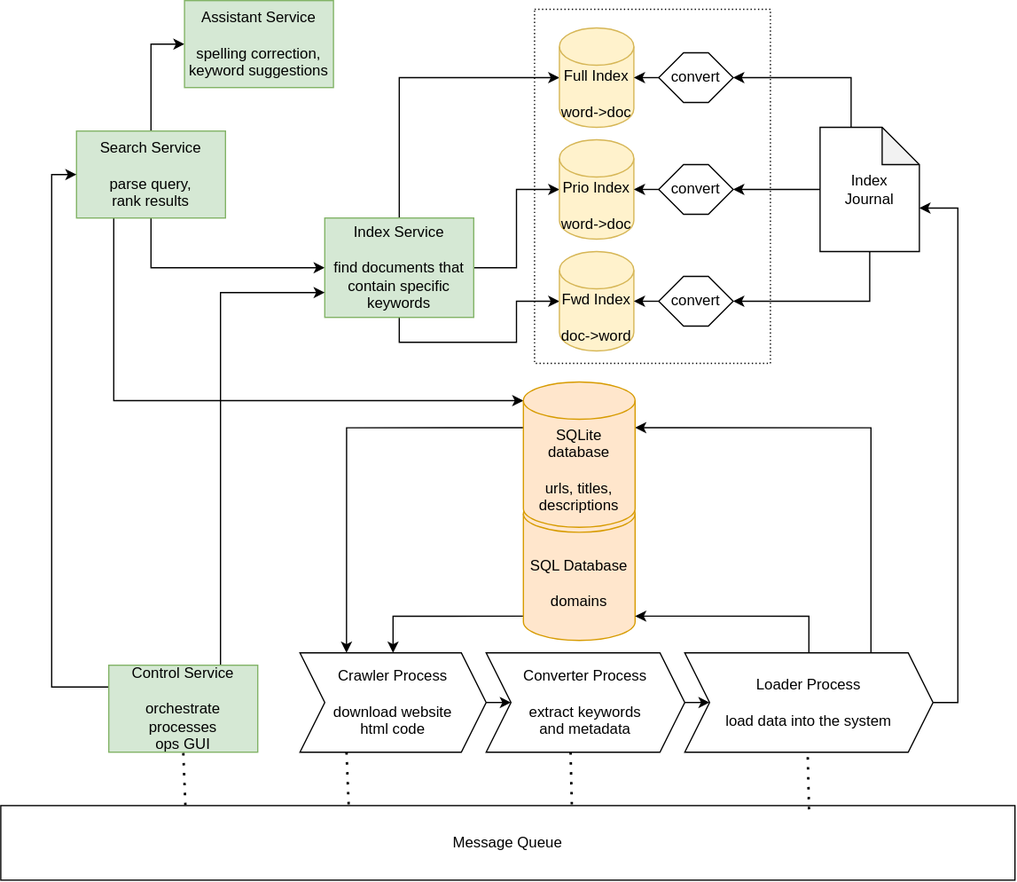
MarginaliaSearch/MarginaliaSearch keeps this draw.io diagram as doc/diagram/conceptual-overview.svg. Above is the earlier version. Source tidied: cells renumbered, new cells last; positions are measured from the earlier drawing's top-left corner, leaving out a move shared by most shapes.
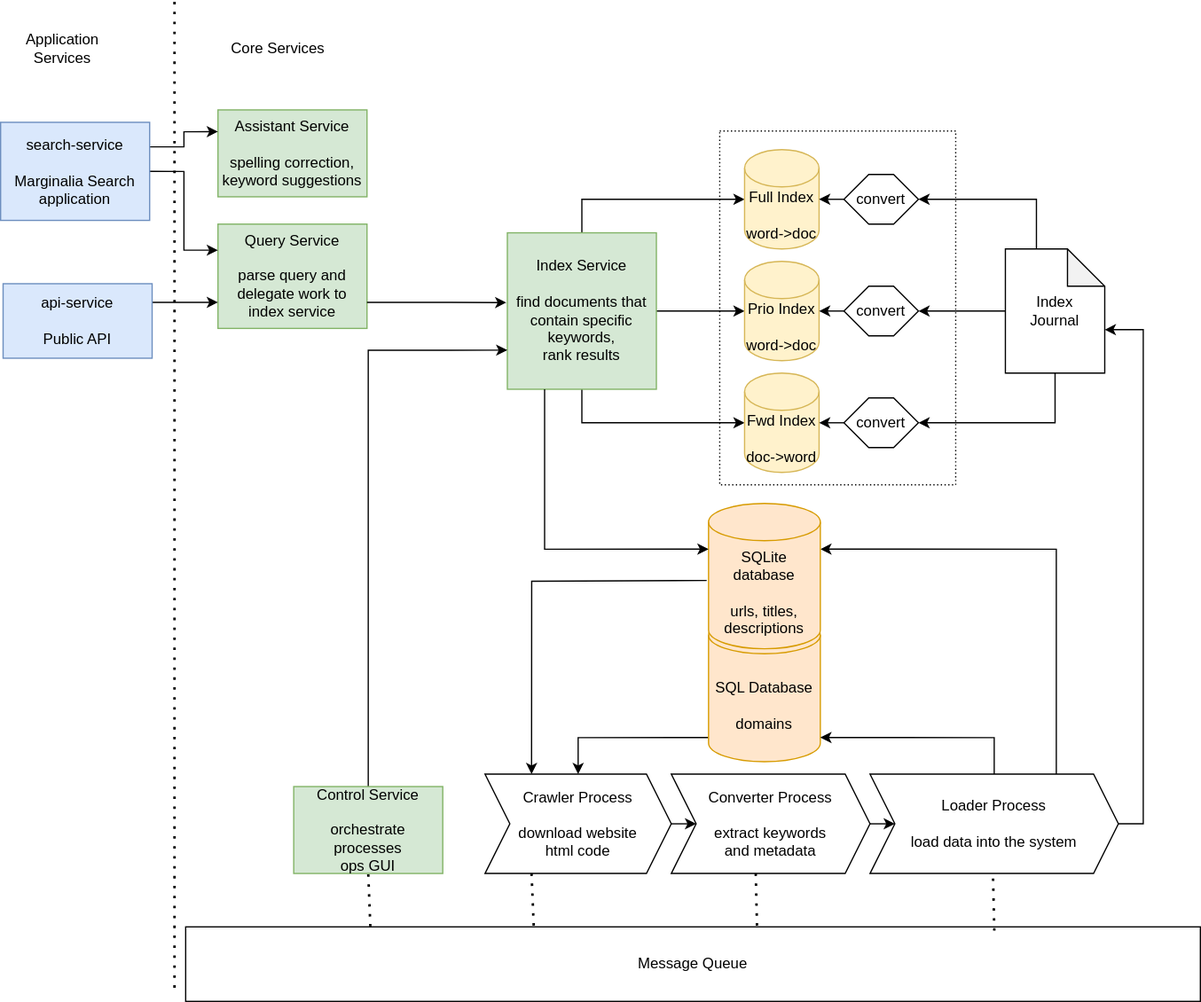
Above is the later version.

Commit message:
(docs)  Update documentation to reflect new query service

What changed in the source:
```diff
@@ -5,20 +5,8 @@
     <mxCell id="2" style="rounded=0;whiteSpace=wrap;html=1;dashed=1;dashPattern=1 2;" parent="1" vertex="1">
       <mxGeometry x="430" y="7" width="190" height="285" as="geometry" />
     </mxCell>
-    <mxCell id="3" style="edgeStyle=orthogonalEdgeStyle;rounded=0;jettySize=auto;html=1;exitX=0.5;exitY=0;exitDx=0;exitDy=0;entryX=0;entryY=0.5;entryDx=0;entryDy=0;" parent="1" edge="1" source="6" target="7">
-      <mxGeometry relative="1" as="geometry" />
-    </mxCell>
-    <mxCell id="4" style="edgeStyle=orthogonalEdgeStyle;rounded=0;jettySize=auto;html=1;exitX=0.5;exitY=1;exitDx=0;exitDy=0;entryX=0;entryY=0.5;entryDx=0;entryDy=0;" parent="1" edge="1" source="6" target="11">
-      <mxGeometry relative="1" as="geometry" />
-    </mxCell>
-    <mxCell id="5" style="edgeStyle=orthogonalEdgeStyle;rounded=0;jettySize=auto;html=1;exitX=0.25;exitY=1;exitDx=0;exitDy=0;entryX=0;entryY=0;entryDx=0;entryDy=15;entryPerimeter=0;" parent="1" edge="1" source="6" target="44">
-      <mxGeometry relative="1" as="geometry" />
-    </mxCell>
-    <mxCell id="6" value="Search Service&lt;br&gt;&lt;br&gt;parse query,&lt;br&gt;rank results" style="rounded=0;whiteSpace=wrap;html=1;fillColor=#d5e8d4;strokeColor=#82b366;" parent="1" vertex="1">
-      <mxGeometry x="61" y="105" width="120" height="70" as="geometry" />
-    </mxCell>
     <mxCell id="7" value="Assistant Service&lt;br&gt;&lt;br&gt;spelling correction,&lt;br&gt;keyword suggestions" style="rounded=0;whiteSpace=wrap;html=1;fillColor=#d5e8d4;strokeColor=#82b366;" parent="1" vertex="1">
-      <mxGeometry x="148" width="120" height="70" as="geometry" />
+      <mxGeometry x="26" y="-10" width="120" height="70" as="geometry" />
     </mxCell>
     <mxCell id="8" style="edgeStyle=orthogonalEdgeStyle;rounded=0;jettySize=auto;html=1;exitX=1;exitY=0.5;exitDx=0;exitDy=0;entryX=0;entryY=0.5;entryDx=0;entryDy=0;entryPerimeter=0;" parent="1" edge="1" source="11" target="13">
       <mxGeometry relative="1" as="geometry" />
@@ -29,8 +17,8 @@
     <mxCell id="10" style="edgeStyle=orthogonalEdgeStyle;rounded=0;jettySize=auto;html=1;exitX=0.5;exitY=0;exitDx=0;exitDy=0;entryX=0;entryY=0.5;entryDx=0;entryDy=0;entryPerimeter=0;" parent="1" edge="1" source="11" target="14">
       <mxGeometry relative="1" as="geometry" />
     </mxCell>
-    <mxCell id="11" value="&lt;div&gt;Index Service&lt;br&gt;&lt;br&gt;find documents that&lt;br&gt;contain specific keywords&lt;br&gt;&lt;/div&gt;" style="rounded=0;whiteSpace=wrap;html=1;fillColor=#d5e8d4;strokeColor=#82b366;" parent="1" vertex="1">
-      <mxGeometry x="261" y="175" width="120" height="80" as="geometry" />
+    <mxCell id="11" value="&lt;div&gt;Index Service&lt;br&gt;&lt;br&gt;find documents that&lt;br&gt;contain specific keywords,&lt;br&gt;&lt;/div&gt;&lt;div&gt;rank results&lt;/div&gt;" style="rounded=0;whiteSpace=wrap;html=1;fillColor=#d5e8d4;strokeColor=#82b366;" parent="1" vertex="1">
+      <mxGeometry x="259" y="89" width="120" height="126" as="geometry" />
     </mxCell>
     <mxCell id="12" value="Fwd Index&lt;br&gt;&lt;br&gt;doc-&amp;gt;word" style="shape=cylinder3;whiteSpace=wrap;html=1;boundedLbl=1;backgroundOutline=1;size=15;fillColor=#fff2cc;strokeColor=#d6b656;" parent="1" vertex="1">
       <mxGeometry x="450" y="202" width="60" height="80" as="geometry" />
@@ -101,10 +89,7 @@
     <mxCell id="34" value="Index &lt;br&gt;Journal" style="shape=note;whiteSpace=wrap;html=1;backgroundOutline=1;darkOpacity=0.05;" parent="1" vertex="1">
       <mxGeometry x="660" y="102" width="80" height="100" as="geometry" />
     </mxCell>
-    <mxCell id="35" style="edgeStyle=orthogonalEdgeStyle;rounded=0;jettySize=auto;html=1;exitX=0;exitY=0.25;exitDx=0;exitDy=0;entryX=0;entryY=0.5;entryDx=0;entryDy=0;" parent="1" edge="1" source="37" target="6">
-      <mxGeometry relative="1" as="geometry" />
-    </mxCell>
-    <mxCell id="36" style="edgeStyle=orthogonalEdgeStyle;rounded=0;jettySize=auto;html=1;exitX=0.75;exitY=0;exitDx=0;exitDy=0;entryX=0;entryY=0.75;entryDx=0;entryDy=0;" parent="1" edge="1" source="37" target="11">
+    <mxCell id="36" style="edgeStyle=orthogonalEdgeStyle;rounded=0;jettySize=auto;html=1;exitX=0.5;exitY=0;exitDx=0;exitDy=0;entryX=0;entryY=0.75;entryDx=0;entryDy=0;" parent="1" edge="1" source="37" target="11">
       <mxGeometry relative="1" as="geometry" />
     </mxCell>
     <mxCell id="37" value="&lt;div&gt;Control Service&lt;/div&gt;&lt;div&gt;&lt;br&gt;&lt;/div&gt;&lt;div&gt;orchestrate processes&lt;/div&gt;&lt;div&gt;ops GUI&lt;br&gt;&lt;/div&gt;" style="rounded=0;whiteSpace=wrap;html=1;fillColor=#d5e8d4;strokeColor=#82b366;" parent="1" vertex="1">
@@ -131,11 +116,49 @@
     <mxCell id="42" style="endArrow=none;dashed=1;html=1;dashPattern=1 3;strokeWidth=2;rounded=0;entryX=0.5;entryY=1;entryDx=0;entryDy=0;exitX=0.182;exitY=-0.006;exitDx=0;exitDy=0;exitPerimeter=0;" parent="1" edge="1" source="38" target="37">
       <mxGeometry relative="1" as="geometry" />
     </mxCell>
-    <mxCell id="43" style="edgeStyle=orthogonalEdgeStyle;rounded=0;jettySize=auto;html=1;exitX=0;exitY=0;exitDx=0;exitDy=36.75;exitPerimeter=0;entryX=0.25;entryY=0;entryDx=0;entryDy=0;" parent="1" edge="1" source="44" target="24">
-      <mxGeometry relative="1" as="geometry" />
+    <mxCell id="43" style="edgeStyle=orthogonalEdgeStyle;rounded=0;jettySize=auto;html=1;exitX=0;exitY=0;exitDx=0;exitDy=36.75;exitPerimeter=0;entryX=0.25;entryY=0;entryDx=0;entryDy=0;" parent="1" edge="1" target="24">
+      <mxGeometry relative="1" as="geometry">
+        <mxPoint x="419.5" y="369" as="sourcePoint" />
+      </mxGeometry>
     </mxCell>
     <mxCell id="44" value="&lt;div&gt;SQLite database&lt;/div&gt;&lt;div&gt;&lt;br&gt;&lt;/div&gt;&lt;div&gt;urls, titles,&lt;/div&gt;&lt;div&gt;descriptions&lt;br&gt;&lt;/div&gt;" style="shape=cylinder3;whiteSpace=wrap;html=1;boundedLbl=1;backgroundOutline=1;size=15;fillColor=#ffe6cc;strokeColor=#d79b00;" parent="1" vertex="1">
       <mxGeometry x="421" y="307" width="90" height="117" as="geometry" />
     </mxCell>
+    <mxCell id="45" value="Query Service&lt;br&gt;&lt;br&gt;parse query and&lt;br&gt;delegate work to&lt;br&gt;index service" style="rounded=0;whiteSpace=wrap;html=1;fillColor=#d5e8d4;strokeColor=#82b366;" parent="1" vertex="1">
+      <mxGeometry x="26" y="82" width="120" height="84" as="geometry" />
+    </mxCell>
+    <mxCell id="46" style="edgeStyle=orthogonalEdgeStyle;rounded=0;jettySize=auto;html=1;exitX=0.25;exitY=1;exitDx=0;exitDy=0;entryX=0;entryY=0;entryDx=0;entryDy=36.75;entryPerimeter=0;" parent="1" edge="1" source="11" target="44">
+      <mxGeometry relative="1" as="geometry" />
+    </mxCell>
+    <mxCell id="47" style="edgeStyle=orthogonalEdgeStyle;rounded=0;jettySize=auto;html=1;exitX=1;exitY=0.75;exitDx=0;exitDy=0;entryX=-0.007;entryY=0.446;entryDx=0;entryDy=0;entryPerimeter=0;" parent="1" edge="1" source="45" target="11">
+      <mxGeometry relative="1" as="geometry" />
+    </mxCell>
+    <mxCell id="48" style="edgeStyle=orthogonalEdgeStyle;rounded=0;jettySize=auto;html=1;exitX=1;exitY=0.25;exitDx=0;exitDy=0;entryX=0;entryY=0.25;entryDx=0;entryDy=0;" parent="1" edge="1" source="50" target="7">
+      <mxGeometry relative="1" as="geometry" />
+    </mxCell>
+    <mxCell id="49" style="edgeStyle=orthogonalEdgeStyle;rounded=0;jettySize=auto;html=1;exitX=1;exitY=0.5;exitDx=0;exitDy=0;entryX=0;entryY=0.25;entryDx=0;entryDy=0;" parent="1" edge="1" source="50" target="45">
+      <mxGeometry relative="1" as="geometry" />
+    </mxCell>
+    <mxCell id="50" value="search-service&lt;br&gt;&lt;br&gt;Marginalia Search&lt;br&gt;application" style="rounded=0;whiteSpace=wrap;html=1;fillColor=#dae8fc;strokeColor=#6c8ebf;" parent="1" vertex="1">
+      <mxGeometry x="-149" width="120" height="79" as="geometry" />
+    </mxCell>
+    <mxCell id="51" style="edgeStyle=orthogonalEdgeStyle;rounded=0;jettySize=auto;html=1;exitX=1;exitY=0.25;exitDx=0;exitDy=0;entryX=0;entryY=0.75;entryDx=0;entryDy=0;" parent="1" edge="1" source="52" target="45">
+      <mxGeometry relative="1" as="geometry" />
+    </mxCell>
+    <mxCell id="52" value="api-service&lt;br&gt;&lt;br&gt;Public API" style="rounded=0;whiteSpace=wrap;html=1;fillColor=#dae8fc;strokeColor=#6c8ebf;" parent="1" vertex="1">
+      <mxGeometry x="-147" y="130" width="120" height="60" as="geometry" />
+    </mxCell>
+    <mxCell id="53" value="Application Services" style="text;html=1;strokeColor=none;fillColor=none;align=center;verticalAlign=middle;whiteSpace=wrap;rounded=0;" parent="1" vertex="1">
+      <mxGeometry x="-129" y="-74" width="60" height="30" as="geometry" />
+    </mxCell>
+    <mxCell id="54" value="Core Services" style="text;html=1;strokeColor=none;fillColor=none;align=center;verticalAlign=middle;whiteSpace=wrap;rounded=0;" parent="1" vertex="1">
+      <mxGeometry x="34" y="-74" width="81" height="30" as="geometry" />
+    </mxCell>
+    <mxCell id="55" style="endArrow=none;dashed=1;html=1;dashPattern=1 3;strokeWidth=2;rounded=0;" parent="1" edge="1">
+      <mxGeometry relative="1" as="geometry">
+        <mxPoint x="-9" y="697" as="sourcePoint" />
+        <mxPoint x="-9" y="-97" as="targetPoint" />
+      </mxGeometry>
+    </mxCell>
   </root>
 </mxGraphModel>
```
